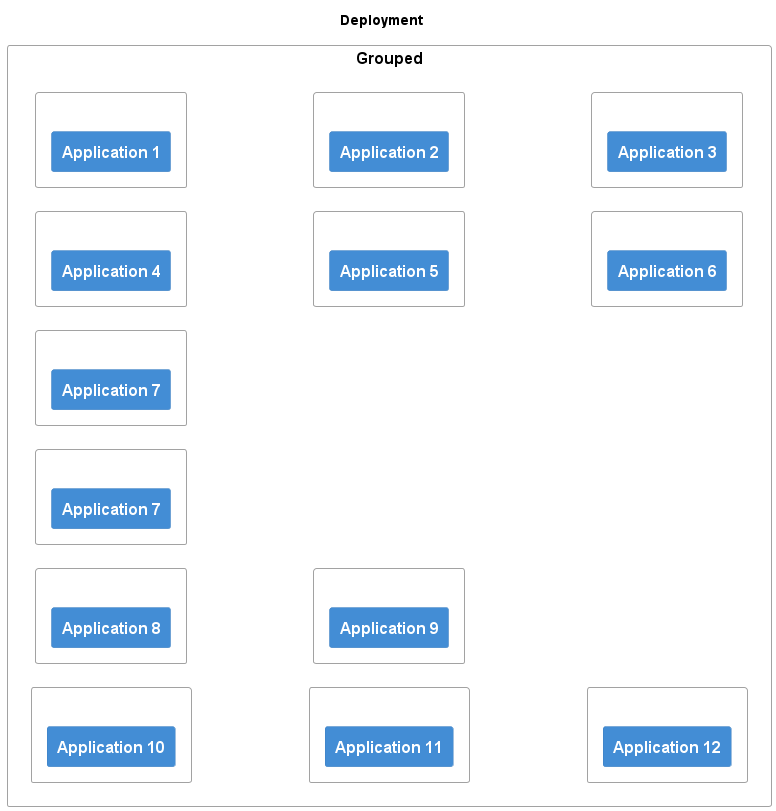
Above: examples/hidden-relations/output/deployment.png in vitalegi/archi (PlantUML), before the change. Its source is kept beside it as examples/simple-webapp/output/deployment.puml. Source of this version:
```plantuml
@startuml
set separator none
!ENABLE_ALL_PLANT_ELEMENTS = 1
skinparam linetype ortho
skinparam nodesep 10
skinparam ranksep 150
left to right direction
title Deployment
!include <C4/C4>
!include <C4/C4_Context>
!include <C4/C4_Container>
!include <C4/C4_Deployment>
AddElementTag("HighlightedElement", $bgColor="red", $fontColor="black", $borderColor="orange", $shadowing="true", $shape="RoundedBox", $sprite="", $techn="Awesome technologies", $legendText="Awesome element", $legendSprite="", $borderStyle="DOTTED", $borderThickness="5")
AddRelTag("HighlightedRelation", $textColor="red", $lineColor="red", $lineStyle="DOTTED", $sprite="", $techn="", $legendText="Awesome relation", $legendSprite="", $lineThickness="2")
Deployment_Node(DeploymentNode_netlify, Netlify, $type="", $descr="", $sprite="", $tags="", $link="") {
WithoutPropertyHeader()
    AddProperty("domain","app.netlify.app")
    AddProperty("protocol","https")
    AddProperty("port","443")
    AddProperty("vendor","netlify.app")
    Deployment_Node(DeploymentNode_app_netlify_app, app.netlify.app, $type="", $descr="", $sprite="", $tags="", $link="") {
    Deployment_Node(ContainerInstance_auto_674e60c0_a197_461b_bc74_8bbb494d9d6a, , $type="", $descr="", $sprite="", $tags="", $link="") {
        Container($alias="Container_reader_frontend", $label="Single Page Application", $techn="Vue 3", $descr="Allows users to use reader functionalities", $sprite="", $tags="HighlightedElement", $link="", $baseShape="rectangle")
            }
        }
    }
Deployment_Node(DeploymentNode_auto_57535372_aaee_44c4_a2ab_4b4abce708d4, fly.io, $type="", $descr="", $sprite="", $tags="", $link="") {
WithoutPropertyHeader()
    AddProperty("port","443")
    AddProperty("scale","0..1")
    AddProperty("vendor","fly.io")
    Deployment_Node(DeploymentNode_app_fly_io, app.fly.io, $type="", $descr="", $sprite="", $tags="", $link="") {
    WithoutPropertyHeader()
        AddProperty("machine","shared-1x-cpu")
        AddProperty("memory","512MB")
        AddProperty("java version","21")
        Deployment_Node(DeploymentNode_Application_Server, Application Server, $type="", $descr="", $sprite="", $tags="", $link="") {
        Deployment_Node(ContainerInstance_auto_872230b2_e60e_4b2f_91f2_4117e2f6e8fa, , $type="", $descr="", $sprite="", $tags="", $link="") {
            Container($alias="Container_reader_backend", $label="Backend", $techn="Spring Boot 3, Java 21", $descr="Business Logic of the reader", $sprite="", $tags="", $link="", $baseShape="rectangle")
                }
            Deployment_Node(ContainerInstance_auto_022855b0_fb16_4172_817f_7690c8d759c2, , $type="", $descr="", $sprite="", $tags="", $link="") {
            Container($alias="Container_reader_backend_1", $label="Backend", $techn="Spring Boot 3, Java 21", $descr="Business Logic of the reader", $sprite="", $tags="", $link="", $baseShape="rectangle")
                }
            }
        }
    }
Rel($from="Container_reader_frontend", $to="Container_reader_backend", $label="", $techn="", $descr="Uses", $sprite="", $tags="", $link="")
Rel($from="Container_reader_frontend", $to="Container_reader_backend_1", $label="", $techn="", $descr="Uses", $sprite="", $tags="", $link="")
hide stereotypes
@enduml
```
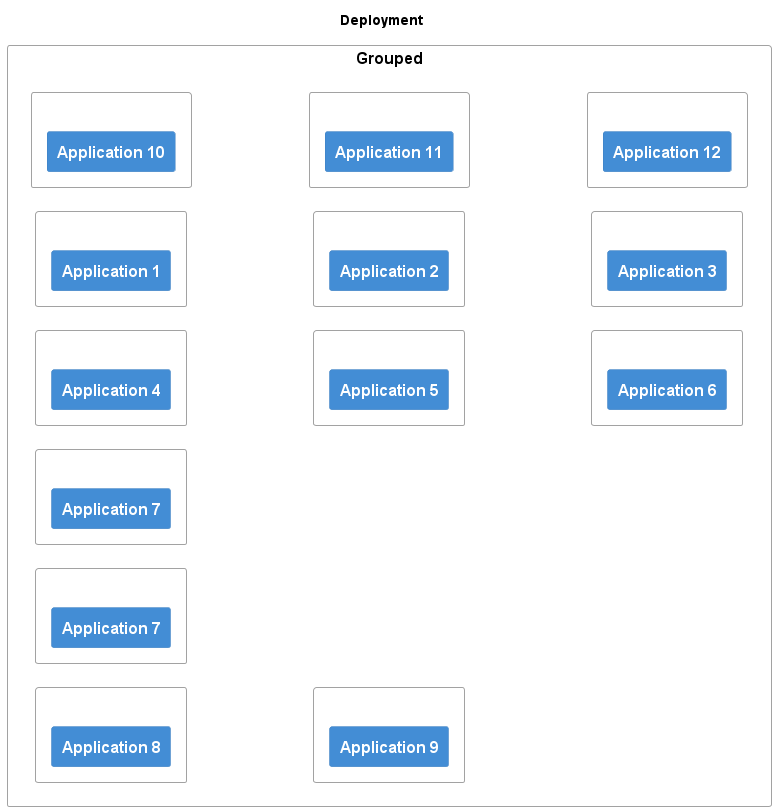
Above is the later version.

Commit message:
when hideRelationText = true, all text (labels, descriptions, properties, technologies, link) are hidden

The edit, as a diff of the source:
```diff
@@ -19,12 +19,12 @@
     AddProperty("port","443")
     AddProperty("vendor","netlify.app")
     Deployment_Node(DeploymentNode_app_netlify_app, app.netlify.app, $type="", $descr="", $sprite="", $tags="", $link="") {
-    Deployment_Node(ContainerInstance_auto_674e60c0_a197_461b_bc74_8bbb494d9d6a, , $type="", $descr="", $sprite="", $tags="", $link="") {
+    Deployment_Node(ContainerInstance_auto_bad7b185_8182_432a_a390_00e03c1c9698, , $type="", $descr="", $sprite="", $tags="", $link="") {
         Container($alias="Container_reader_frontend", $label="Single Page Application", $techn="Vue 3", $descr="Allows users to use reader functionalities", $sprite="", $tags="HighlightedElement", $link="", $baseShape="rectangle")
             }
         }
     }
-Deployment_Node(DeploymentNode_auto_57535372_aaee_44c4_a2ab_4b4abce708d4, fly.io, $type="", $descr="", $sprite="", $tags="", $link="") {
+Deployment_Node(DeploymentNode_auto_c89f7f4c_a403_4d11_bf19_0f030d73cd61, fly.io, $type="", $descr="", $sprite="", $tags="", $link="") {
 WithoutPropertyHeader()
     AddProperty("port","443")
     AddProperty("scale","0..1")
@@ -35,10 +35,10 @@
         AddProperty("memory","512MB")
         AddProperty("java version","21")
         Deployment_Node(DeploymentNode_Application_Server, Application Server, $type="", $descr="", $sprite="", $tags="", $link="") {
-        Deployment_Node(ContainerInstance_auto_872230b2_e60e_4b2f_91f2_4117e2f6e8fa, , $type="", $descr="", $sprite="", $tags="", $link="") {
+        Deployment_Node(ContainerInstance_auto_bbcdbe6c_975f_46ab_a20a_dd0dcb02e025, , $type="", $descr="", $sprite="", $tags="", $link="") {
             Container($alias="Container_reader_backend", $label="Backend", $techn="Spring Boot 3, Java 21", $descr="Business Logic of the reader", $sprite="", $tags="", $link="", $baseShape="rectangle")
                 }
-            Deployment_Node(ContainerInstance_auto_022855b0_fb16_4172_817f_7690c8d759c2, , $type="", $descr="", $sprite="", $tags="", $link="") {
+            Deployment_Node(ContainerInstance_auto_b3941f4d_ebdb_464b_88f6_ae14cca9aa96, , $type="", $descr="", $sprite="", $tags="", $link="") {
             Container($alias="Container_reader_backend_1", $label="Backend", $techn="Spring Boot 3, Java 21", $descr="Business Logic of the reader", $sprite="", $tags="", $link="", $baseShape="rectangle")
                 }
             }
```
